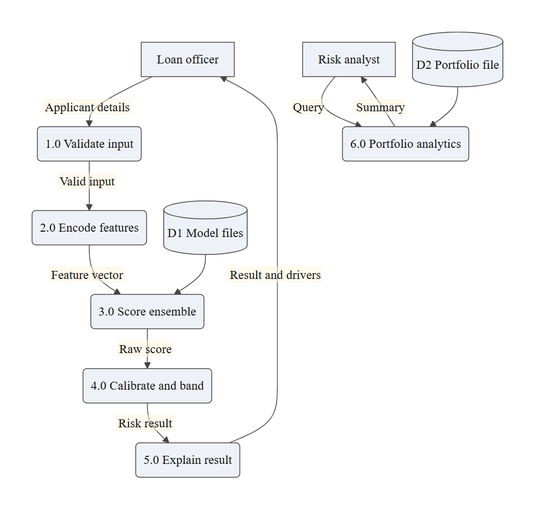
Before: report/assets/figures/fig-3-5-dfd1.png, a diagram exported from Mermaid (gursimrannkaurr/credoscore). Its source is kept beside it as report/diagrams/fig-3-5-dfd1.mmd.
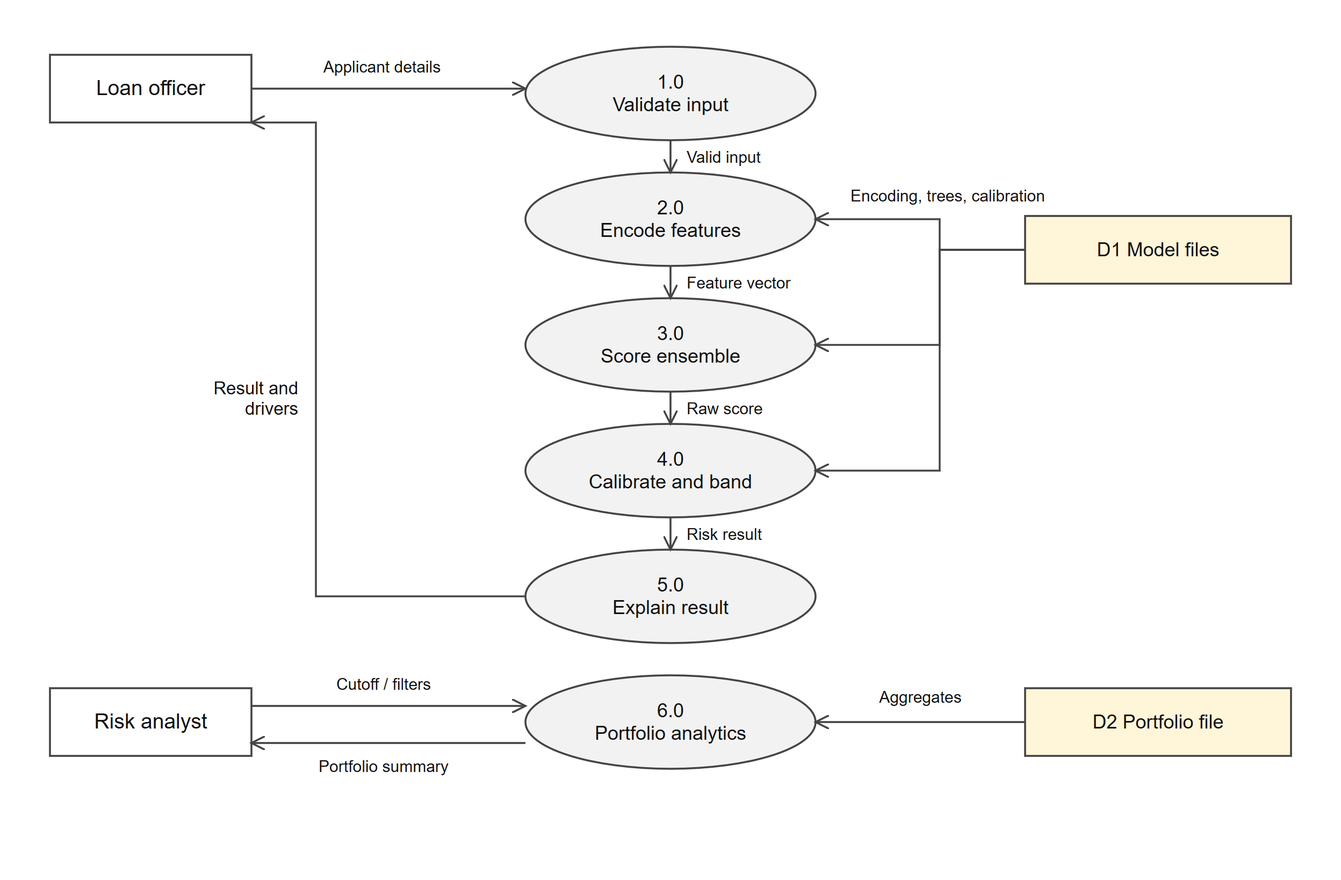
After the change.

The edit, as a diff of the source:
```diff
@@ -1,11 +1,38 @@
 flowchart TB
- L[Loan officer] -->|Applicant details| P1(1.0 Validate input)
- P1 -->|Valid input| P2(2.0 Encode features)
- P2 -->|Feature vector| P3(3.0 Score ensemble)
- D1[(D1 Model files)] --> P3
- P3 -->|Raw score| P4(4.0 Calibrate and band)
- P4 -->|Risk result| P5(5.0 Explain result)
- P5 -->|Result and drivers| L
- R[Risk analyst] -->|Query| P6(6.0 Portfolio analytics)
- D2[(D2 Portfolio file)] --> P6
- P6 -->|Summary| R
+    LO(["Loan officer"])
+    RA(["Risk analyst"])
+
+    P1("1.0<br/>Validate input")
+    P2("2.0<br/>Encode features")
+    P3("3.0<br/>Score ensemble")
+    P4("4.0<br/>Calibrate and band")
+    P5("5.0<br/>Explain")
+    P6("6.0<br/>Serve portfolio analytics")
+
+    D1[("D1 model.json")]
+    D2[("D2 portfolio.json")]
+    D3[("D3 german_credit.csv")]
+
+    LO -- "raw applicant fields" --> P1
+    P1 -- "cleaned fields" --> P2
+    P2 -- "37-column vector" --> P3
+    D1 --- P2
+    D1 --- P3
+    P3 -- "raw margin" --> P4
+    D1 --- P4
+    P4 -- "probability, band, score" --> P5
+    P5 -- "per-feature contributions" --> LO
+    P4 -- "decision" --> LO
+
+    RA -- "cutoff, filters" --> P6
+    D2 --- P6
+    D3 -. "offline training only" .-> D1
+    P6 -- "bands, deciles, segments" --> RA
+
+    classDef root fill:#FDE9D9,stroke:#C55A11,stroke-width:1.5px;
+    classDef mid fill:#DCE6F1,stroke:#2F5597,stroke-width:1.5px;
+    classDef leaf fill:#E2EFDA,stroke:#548235,stroke-width:1.5px;
+
+    class LO,RA mid
+    class P1,P2,P3,P4,P5,P6 root
+    class D1,D2,D3 leaf
```
